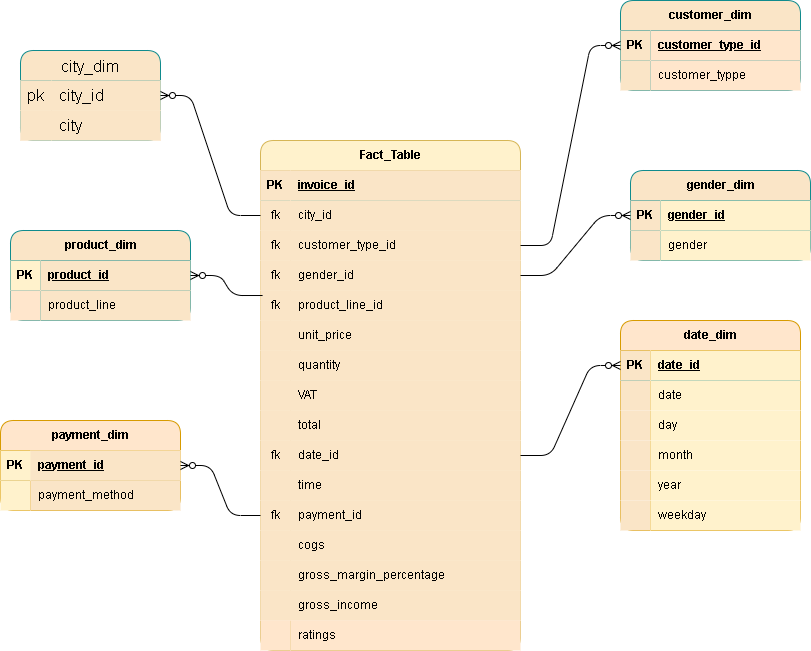
Earlier version of the draw.io export WalmartModel.drawio.png (kayikalvin/Walmart-DataAnalysis). Source tidied: cells renumbered, new cells last; positions are measured from the earlier drawing's top-left corner, leaving out a move shared by most shapes.
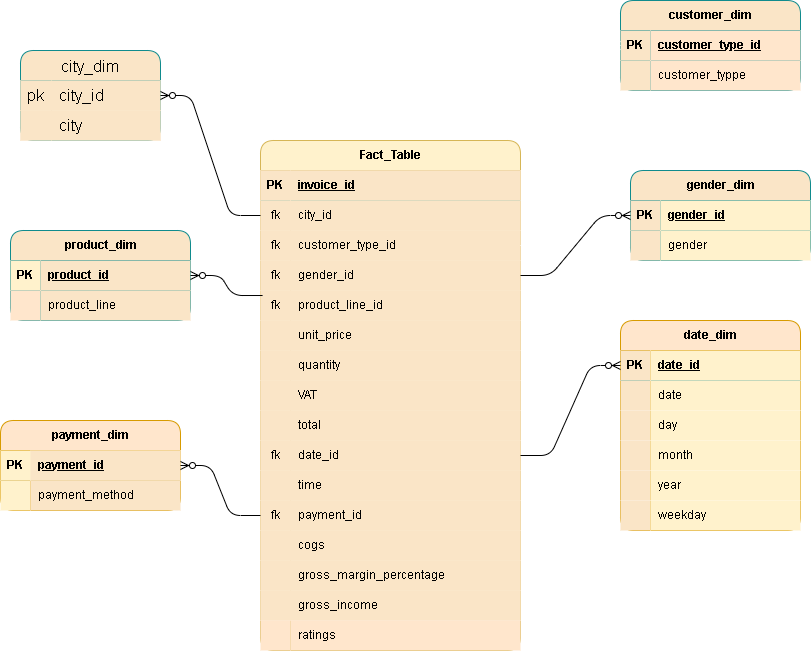
The same diagram one commit later.

Diff of the diagram source:
```diff
@@ -194,7 +194,7 @@
     <mxCell id="65" value="customer_typpe" style="shape=partialRectangle;fillColor=#ffe6cc;top=0;left=0;bottom=0;right=0;align=left;spacingLeft=6;overflow=hidden;whiteSpace=wrap;html=1;labelBackgroundColor=none;rounded=1;strokeColor=#d79b00;" parent="63" vertex="1">
       <mxGeometry x="30" width="150" height="30" as="geometry" />
     </mxCell>
-    <mxCell id="66" style="edgeStyle=entityRelationEdgeStyle;fontSize=12;html=1;endArrow=ERzeroToMany;endFill=1;rounded=1;shadow=0;labelBackgroundColor=none;fontColor=#000000;" parent="1" edge="1" source="9" target="60">
+    <mxCell id="66" style="edgeStyle=entityRelationEdgeStyle;fontSize=12;html=1;endArrow=ERzeroToMany;endFill=1;rounded=1;shadow=0;labelBackgroundColor=none;fontColor=#000000;strokeColor=#FFFFFF;" parent="1" edge="1" source="9" target="60">
       <mxGeometry relative="1" as="geometry" />
     </mxCell>
     <mxCell id="67" value="gender_dim" style="shape=table;startSize=30;rowLines=0;fontStyle=1;align=center;html=1;labelBackgroundColor=none;rounded=1;fillColor=#FAE5C7;strokeColor=#0F8B8D;fontColor=#000000;fillStyle=auto;gradientColor=none;" parent="1" vertex="1">
```
